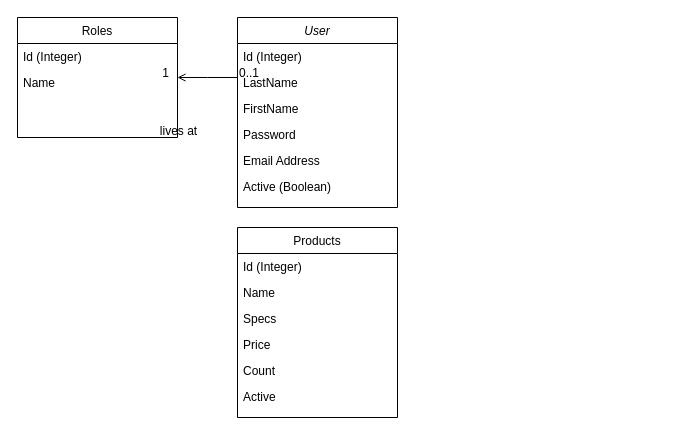
Before: page "Page-1" (1 of 2) of DesignEntity.drawio in CAC23319-G17/tpintegrador, a draw.io diagram. Source tidied: cells renumbered, new cells numbered last; positions are measured from the earlier drawing's top-left corner, leaving out a move shared by most shapes. Both pictures are drawn from the tidied source at 100%, with x=0, y=0 at pixel (17, 17).
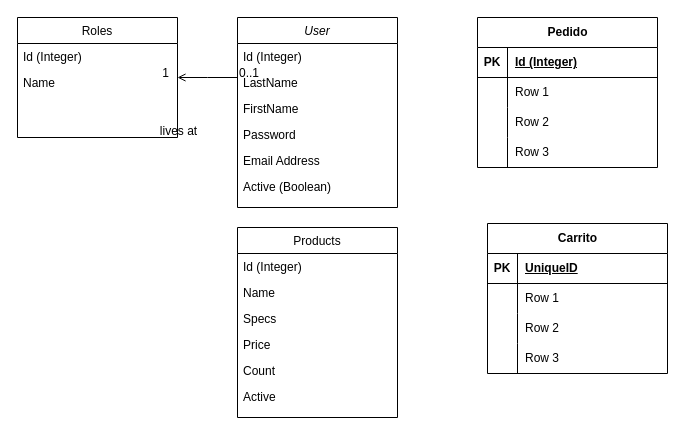
The same diagram, later.

Commit message:
diagrama de clases

Change to the diagram source:
```diff
@@
+    <mxCell id="23" value="Pedido" style="shape=table;startSize=30;childLayout=tableLayout;rowLines=0;fontStyle=1;align=center;html=1;" parent="1" vertex="1">
+      <mxGeometry x="460" width="180" height="150" as="geometry" />
+    </mxCell>
+    <mxCell id="24" style="shape=tableRow;horizontal=0;startSize=0;swimlaneHead=0;swimlaneBody=0;fillColor=none;top=0;left=0;right=0;bottom=1;" parent="23" vertex="1">
+      <mxGeometry y="30" width="180" height="30" as="geometry" />
+    </mxCell>
+    <mxCell id="25" value="PK" style="shape=partialRectangle;fillColor=none;top=0;left=0;bottom=0;right=0;fontStyle=1;overflow=hidden;whiteSpace=wrap;html=1;" parent="24" vertex="1">
+      <mxGeometry width="30" height="30" as="geometry" />
+    </mxCell>
+    <mxCell id="26" value="Id (Integer)" style="shape=partialRectangle;fillColor=none;top=0;left=0;bottom=0;right=0;align=left;spacingLeft=6;fontStyle=5;overflow=hidden;whiteSpace=wrap;html=1;" parent="24" vertex="1">
+      <mxGeometry x="30" width="150" height="30" as="geometry" />
+    </mxCell>
+    <mxCell id="27" style="shape=tableRow;horizontal=0;startSize=0;swimlaneHead=0;swimlaneBody=0;fillColor=none;top=0;left=0;right=0;bottom=0;" parent="23" vertex="1">
+      <mxGeometry y="60" width="180" height="30" as="geometry" />
+    </mxCell>
+    <mxCell id="28" style="shape=partialRectangle;fillColor=none;top=0;left=0;bottom=0;right=0;overflow=hidden;whiteSpace=wrap;html=1;" parent="27" vertex="1">
+      <mxGeometry width="30" height="30" as="geometry" />
+    </mxCell>
+    <mxCell id="29" value="Row 1" style="shape=partialRectangle;fillColor=none;top=0;left=0;bottom=0;right=0;align=left;spacingLeft=6;overflow=hidden;whiteSpace=wrap;html=1;" parent="27" vertex="1">
+      <mxGeometry x="30" width="150" height="30" as="geometry" />
+    </mxCell>
+    <mxCell id="30" style="shape=tableRow;horizontal=0;startSize=0;swimlaneHead=0;swimlaneBody=0;fillColor=none;top=0;left=0;right=0;bottom=0;" parent="23" vertex="1">
+      <mxGeometry y="90" width="180" height="30" as="geometry" />
+    </mxCell>
+    <mxCell id="31" style="shape=partialRectangle;fillColor=none;top=0;left=0;bottom=0;right=0;overflow=hidden;whiteSpace=wrap;html=1;" parent="30" vertex="1">
+      <mxGeometry width="30" height="30" as="geometry" />
+    </mxCell>
+    <mxCell id="32" value="Row 2" style="shape=partialRectangle;fillColor=none;top=0;left=0;bottom=0;right=0;align=left;spacingLeft=6;overflow=hidden;whiteSpace=wrap;html=1;" parent="30" vertex="1">
+      <mxGeometry x="30" width="150" height="30" as="geometry" />
+    </mxCell>
+    <mxCell id="33" style="shape=tableRow;horizontal=0;startSize=0;swimlaneHead=0;swimlaneBody=0;fillColor=none;top=0;left=0;right=0;bottom=0;" parent="23" vertex="1">
+      <mxGeometry y="120" width="180" height="30" as="geometry" />
+    </mxCell>
+    <mxCell id="34" style="shape=partialRectangle;fillColor=none;top=0;left=0;bottom=0;right=0;overflow=hidden;whiteSpace=wrap;html=1;" parent="33" vertex="1">
+      <mxGeometry width="30" height="30" as="geometry" />
+    </mxCell>
+    <mxCell id="35" value="Row 3" style="shape=partialRectangle;fillColor=none;top=0;left=0;bottom=0;right=0;align=left;spacingLeft=6;overflow=hidden;whiteSpace=wrap;html=1;" parent="33" vertex="1">
+      <mxGeometry x="30" width="150" height="30" as="geometry" />
+    </mxCell>
+    <mxCell id="36" value="Carrito" style="shape=table;startSize=30;childLayout=tableLayout;rowLines=0;fontStyle=1;align=center;html=1;" parent="1" vertex="1">
+      <mxGeometry x="470" y="206" width="180" height="150" as="geometry" />
+    </mxCell>
+    <mxCell id="37" style="shape=tableRow;horizontal=0;startSize=0;swimlaneHead=0;swimlaneBody=0;fillColor=none;top=0;left=0;right=0;bottom=1;" parent="36" vertex="1">
+      <mxGeometry y="30" width="180" height="30" as="geometry" />
+    </mxCell>
+    <mxCell id="38" value="PK" style="shape=partialRectangle;fillColor=none;top=0;left=0;bottom=0;right=0;fontStyle=1;overflow=hidden;whiteSpace=wrap;html=1;" parent="37" vertex="1">
+      <mxGeometry width="30" height="30" as="geometry" />
+    </mxCell>
+    <mxCell id="39" value="UniqueID" style="shape=partialRectangle;fillColor=none;top=0;left=0;bottom=0;right=0;align=left;spacingLeft=6;fontStyle=5;overflow=hidden;whiteSpace=wrap;html=1;" parent="37" vertex="1">
+      <mxGeometry x="30" width="150" height="30" as="geometry" />
+    </mxCell>
+    <mxCell id="40" style="shape=tableRow;horizontal=0;startSize=0;swimlaneHead=0;swimlaneBody=0;fillColor=none;top=0;left=0;right=0;bottom=0;" parent="36" vertex="1">
+      <mxGeometry y="60" width="180" height="30" as="geometry" />
+    </mxCell>
+    <mxCell id="41" style="shape=partialRectangle;fillColor=none;top=0;left=0;bottom=0;right=0;overflow=hidden;whiteSpace=wrap;html=1;" parent="40" vertex="1">
+      <mxGeometry width="30" height="30" as="geometry" />
+    </mxCell>
+    <mxCell id="42" value="Row 1" style="shape=partialRectangle;fillColor=none;top=0;left=0;bottom=0;right=0;align=left;spacingLeft=6;overflow=hidden;whiteSpace=wrap;html=1;" parent="40" vertex="1">
+      <mxGeometry x="30" width="150" height="30" as="geometry" />
+    </mxCell>
+    <mxCell id="43" style="shape=tableRow;horizontal=0;startSize=0;swimlaneHead=0;swimlaneBody=0;fillColor=none;top=0;left=0;right=0;bottom=0;" parent="36" vertex="1">
+      <mxGeometry y="90" width="180" height="30" as="geometry" />
+    </mxCell>
+    <mxCell id="44" style="shape=partialRectangle;fillColor=none;top=0;left=0;bottom=0;right=0;overflow=hidden;whiteSpace=wrap;html=1;" parent="43" vertex="1">
+      <mxGeometry width="30" height="30" as="geometry" />
+    </mxCell>
+    <mxCell id="45" value="Row 2" style="shape=partialRectangle;fillColor=none;top=0;left=0;bottom=0;right=0;align=left;spacingLeft=6;overflow=hidden;whiteSpace=wrap;html=1;" parent="43" vertex="1">
+      <mxGeometry x="30" width="150" height="30" as="geometry" />
+    </mxCell>
+    <mxCell id="46" style="shape=tableRow;horizontal=0;startSize=0;swimlaneHead=0;swimlaneBody=0;fillColor=none;top=0;left=0;right=0;bottom=0;" parent="36" vertex="1">
+      <mxGeometry y="120" width="180" height="30" as="geometry" />
+    </mxCell>
+    <mxCell id="47" style="shape=partialRectangle;fillColor=none;top=0;left=0;bottom=0;right=0;overflow=hidden;whiteSpace=wrap;html=1;" parent="46" vertex="1">
+      <mxGeometry width="30" height="30" as="geometry" />
+    </mxCell>
+    <mxCell id="48" value="Row 3" style="shape=partialRectangle;fillColor=none;top=0;left=0;bottom=0;right=0;align=left;spacingLeft=6;overflow=hidden;whiteSpace=wrap;html=1;" parent="46" vertex="1">
+      <mxGeometry x="30" width="150" height="30" as="geometry" />
+    </mxCell>
```
